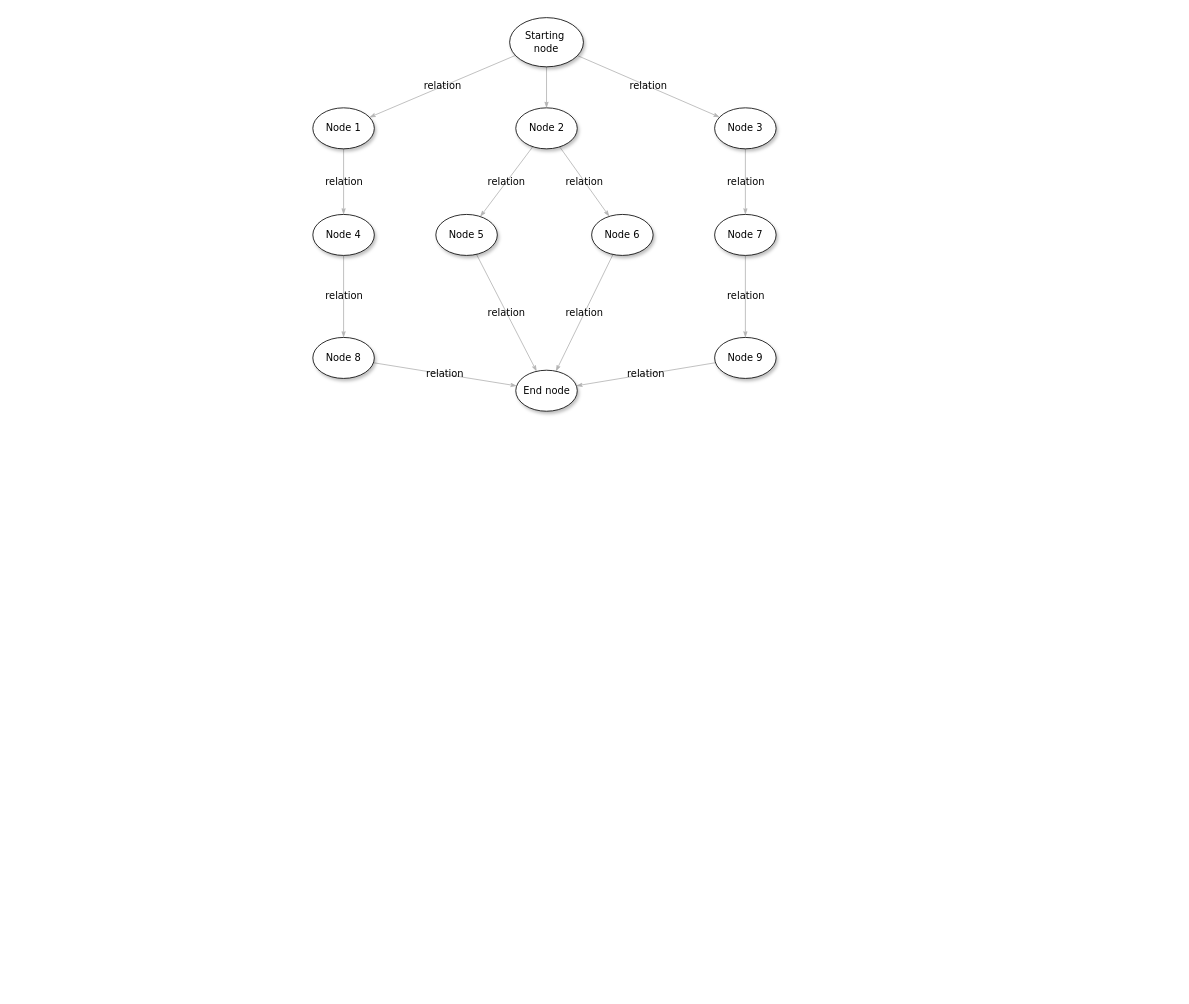
This is Untitled Diagram.drawio from shaoxp/KID, a draw.io file, before an edit. Source tidied: cells renumbered, new cells numbered last; positions are measured from the earlier drawing's top-left corner, leaving out a move shared by most shapes. Both pictures are drawn from the tidied source at 82%, with x=0, y=0 at pixel (312, 17). Pictures stored in the file or linked from it are replaced by grey dashed boxes.
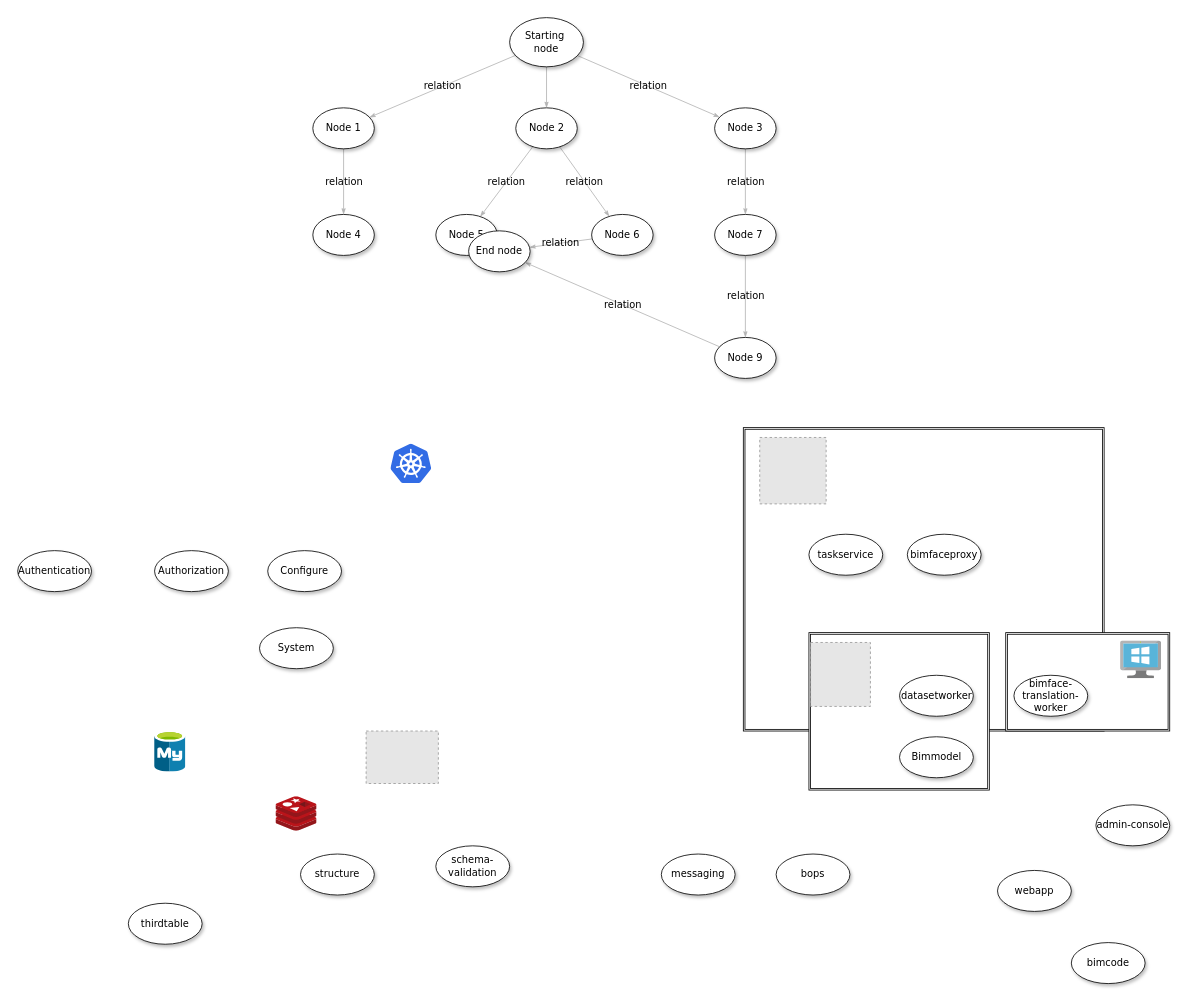
After the change.

Unchanged cells that the change refers to:
```xml
<mxCell id="23" value="&lt;span&gt;Node 4&lt;/span&gt;" style="ellipse;whiteSpace=wrap;html=1;rounded=0;shadow=1;comic=0;labelBackgroundColor=none;strokeWidth=1;fontFamily=Verdana;fontSize=12;align=center;" parent="1" vertex="1">
  <mxGeometry y="240" width="75" height="50" as="geometry" />
</mxCell>
```

Change to the diagram source:
```diff
@@
+    <mxCell id="26" style="shape=ext;double=1;rounded=0;whiteSpace=wrap;html=1;" parent="1" vertex="1">
+      <mxGeometry x="525" y="500" width="440" height="370" as="geometry" />
+    </mxCell>
+    <mxCell id="27" style="shape=ext;double=1;rounded=0;whiteSpace=wrap;html=1;" parent="1" vertex="1">
+      <mxGeometry x="845" y="750" width="200" height="120" as="geometry" />
+    </mxCell>
+    <mxCell id="28" style="shape=ext;double=1;rounded=0;whiteSpace=wrap;html=1;" parent="1" vertex="1">
+      <mxGeometry x="605" y="750" width="220" height="192" as="geometry" />
+    </mxCell>
@@
     <mxCell id="19" value="End node" style="ellipse;whiteSpace=wrap;html=1;rounded=0;shadow=1;comic=0;labelBackgroundColor=none;strokeWidth=1;fontFamily=Verdana;fontSize=12;align=center;" parent="1" vertex="1">
-      <mxGeometry x="247.5" y="430" width="75" height="50" as="geometry" />
+      <mxGeometry x="190" y="260" width="75" height="50" as="geometry" />
     </mxCell>
@@
-    <mxCell id="22" value="relation" style="edgeStyle=none;rounded=1;html=1;labelBackgroundColor=none;startArrow=none;startFill=0;startSize=5;endArrow=classicThin;endFill=1;endSize=5;jettySize=auto;strokeColor=#B3B3B3;strokeWidth=1;fontFamily=Verdana;fontSize=12;" parent="1" edge="1" source="23" target="25">
-      <mxGeometry relative="1" as="geometry" />
-    </mxCell>
@@
-    <mxCell id="24" value="relation" style="edgeStyle=none;rounded=1;html=1;labelBackgroundColor=none;startArrow=none;startFill=0;startSize=5;endArrow=classicThin;endFill=1;endSize=5;jettySize=auto;strokeColor=#B3B3B3;strokeWidth=1;fontFamily=Verdana;fontSize=12;" parent="1" edge="1" source="25" target="19">
-      <mxGeometry relative="1" as="geometry" />
-    </mxCell>
-    <mxCell id="25" value="&lt;span&gt;Node 8&lt;/span&gt;" style="ellipse;whiteSpace=wrap;html=1;rounded=0;shadow=1;comic=0;labelBackgroundColor=none;strokeWidth=1;fontFamily=Verdana;fontSize=12;align=center;" parent="1" vertex="1">
-      <mxGeometry y="390" width="75" height="50" as="geometry" />
+    <mxCell id="25" value="&lt;span&gt;Authentication&lt;/span&gt;" style="ellipse;whiteSpace=wrap;html=1;rounded=0;shadow=1;comic=0;labelBackgroundColor=none;strokeWidth=1;fontFamily=Verdana;fontSize=12;align=center;" parent="1" vertex="1">
+      <mxGeometry x="-359.9" y="650" width="90" height="50" as="geometry" />
     </mxCell>
+    <mxCell id="29" style="html=1;align=center;image;fontSize=12;image=img/lib/mscae/Cache_Redis_Product.svg;" parent="1" vertex="1">
+      <mxGeometry x="-45" y="950" width="50" height="42" as="geometry" />
+    </mxCell>
+    <mxCell id="30" style="html=1;align=center;image;fontSize=12;image=img/lib/mscae/Kubernetes.svg;" parent="1" vertex="1">
+      <mxGeometry x="95" y="520" width="50" height="48" as="geometry" />
+    </mxCell>
+    <mxCell id="31" style="html=1;align=center;image;fontSize=12;image=img/lib/mscae/VirtualMachineWindows.svg;" parent="1" vertex="1">
+      <mxGeometry x="985" y="760" width="50" height="46" as="geometry" />
+    </mxCell>
+    <mxCell id="32" style="html=1;align=center;image;fontSize=12;image=img/lib/mscae/Azure_Database_for_MySQL_servers.svg;" parent="1" vertex="1">
+      <mxGeometry x="-193" y="870" width="38" height="50" as="geometry" />
+    </mxCell>
+    <mxCell id="33" style="fillColor=#E6E6E6;strokeColor=#999999;dashed=1;verticalLabelPosition=bottom;labelBackgroundColor=#ffffff;verticalAlign=top;" parent="1" vertex="1">
+      <mxGeometry x="65" y="870" width="88.1" height="64" as="geometry" />
+    </mxCell>
+    <mxCell id="34" style="fillColor=#E6E6E6;strokeColor=#999999;dashed=1;verticalLabelPosition=bottom;labelBackgroundColor=#ffffff;verticalAlign=top;" parent="1" vertex="1">
+      <mxGeometry x="607" y="762" width="73" height="78" as="geometry" />
+    </mxCell>
+    <mxCell id="35" style="fillColor=#E6E6E6;strokeColor=#999999;dashed=1;verticalLabelPosition=bottom;labelBackgroundColor=#ffffff;verticalAlign=top;" parent="1" vertex="1">
+      <mxGeometry x="545" y="512" width="81" height="81" as="geometry" />
+    </mxCell>
+    <mxCell id="36" value="&lt;span&gt;Authorization&lt;/span&gt;" style="ellipse;whiteSpace=wrap;html=1;rounded=0;shadow=1;comic=0;labelBackgroundColor=none;strokeWidth=1;fontFamily=Verdana;fontSize=12;align=center;" parent="1" vertex="1">
+      <mxGeometry x="-193" y="650" width="90" height="50" as="geometry" />
+    </mxCell>
+    <mxCell id="37" value="Configure" style="ellipse;whiteSpace=wrap;html=1;rounded=0;shadow=1;comic=0;labelBackgroundColor=none;strokeWidth=1;fontFamily=Verdana;fontSize=12;align=center;" parent="1" vertex="1">
+      <mxGeometry x="-55" y="650" width="90" height="50" as="geometry" />
+    </mxCell>
+    <mxCell id="38" value="System" style="ellipse;whiteSpace=wrap;html=1;rounded=0;shadow=1;comic=0;labelBackgroundColor=none;strokeWidth=1;fontFamily=Verdana;fontSize=12;align=center;" parent="1" vertex="1">
+      <mxGeometry x="-65" y="744" width="90" height="50" as="geometry" />
+    </mxCell>
+    <mxCell id="39" value="Bimmodel" style="ellipse;whiteSpace=wrap;html=1;rounded=0;shadow=1;comic=0;labelBackgroundColor=none;strokeWidth=1;fontFamily=Verdana;fontSize=12;align=center;" parent="1" vertex="1">
+      <mxGeometry x="715.5" y="877" width="90" height="50" as="geometry" />
+    </mxCell>
+    <mxCell id="40" value="messaging" style="ellipse;whiteSpace=wrap;html=1;rounded=0;shadow=1;comic=0;labelBackgroundColor=none;strokeWidth=1;fontFamily=Verdana;fontSize=12;align=center;" parent="1" vertex="1">
+      <mxGeometry x="425" y="1020" width="90" height="50" as="geometry" />
+    </mxCell>
+    <mxCell id="41" value="taskservice" style="ellipse;whiteSpace=wrap;html=1;rounded=0;shadow=1;comic=0;labelBackgroundColor=none;strokeWidth=1;fontFamily=Verdana;fontSize=12;align=center;" parent="1" vertex="1">
+      <mxGeometry x="605" y="630" width="90" height="50" as="geometry" />
+    </mxCell>
+    <mxCell id="42" value="schema-validation" style="ellipse;whiteSpace=wrap;html=1;rounded=0;shadow=1;comic=0;labelBackgroundColor=none;strokeWidth=1;fontFamily=Verdana;fontSize=12;align=center;" parent="1" vertex="1">
+      <mxGeometry x="150" y="1010" width="90" height="50" as="geometry" />
+    </mxCell>
+    <mxCell id="43" value="structure" style="ellipse;whiteSpace=wrap;html=1;rounded=0;shadow=1;comic=0;labelBackgroundColor=none;strokeWidth=1;fontFamily=Verdana;fontSize=12;align=center;" parent="1" vertex="1">
+      <mxGeometry x="-15" y="1020" width="90" height="50" as="geometry" />
+    </mxCell>
+    <mxCell id="44" value="thirdtable" style="ellipse;whiteSpace=wrap;html=1;rounded=0;shadow=1;comic=0;labelBackgroundColor=none;strokeWidth=1;fontFamily=Verdana;fontSize=12;align=center;" parent="1" vertex="1">
+      <mxGeometry x="-225" y="1080" width="90" height="50" as="geometry" />
+    </mxCell>
+    <mxCell id="45" value="bimfaceproxy" style="ellipse;whiteSpace=wrap;html=1;rounded=0;shadow=1;comic=0;labelBackgroundColor=none;strokeWidth=1;fontFamily=Verdana;fontSize=12;align=center;" parent="1" vertex="1">
+      <mxGeometry x="725" y="630" width="90" height="50" as="geometry" />
+    </mxCell>
+    <mxCell id="46" value="bimcode" style="ellipse;whiteSpace=wrap;html=1;rounded=0;shadow=1;comic=0;labelBackgroundColor=none;strokeWidth=1;fontFamily=Verdana;fontSize=12;align=center;" parent="1" vertex="1">
+      <mxGeometry x="925" y="1128" width="90" height="50" as="geometry" />
+    </mxCell>
+    <mxCell id="47" value="webapp" style="ellipse;whiteSpace=wrap;html=1;rounded=0;shadow=1;comic=0;labelBackgroundColor=none;strokeWidth=1;fontFamily=Verdana;fontSize=12;align=center;" parent="1" vertex="1">
+      <mxGeometry x="835" y="1040" width="90" height="50" as="geometry" />
+    </mxCell>
+    <mxCell id="48" value="admin-console" style="ellipse;whiteSpace=wrap;html=1;rounded=0;shadow=1;comic=0;labelBackgroundColor=none;strokeWidth=1;fontFamily=Verdana;fontSize=12;align=center;" parent="1" vertex="1">
+      <mxGeometry x="955" y="960" width="90" height="50" as="geometry" />
+    </mxCell>
+    <mxCell id="49" value="bops" style="ellipse;whiteSpace=wrap;html=1;rounded=0;shadow=1;comic=0;labelBackgroundColor=none;strokeWidth=1;fontFamily=Verdana;fontSize=12;align=center;" parent="1" vertex="1">
+      <mxGeometry x="565" y="1020" width="90" height="50" as="geometry" />
+    </mxCell>
+    <mxCell id="50" value="datasetworker" style="ellipse;whiteSpace=wrap;html=1;rounded=0;shadow=1;comic=0;labelBackgroundColor=none;strokeWidth=1;fontFamily=Verdana;fontSize=12;align=center;" parent="1" vertex="1">
+      <mxGeometry x="715.5" y="802" width="90" height="50" as="geometry" />
+    </mxCell>
+    <mxCell id="51" value="bimface-translation-worker" style="ellipse;whiteSpace=wrap;html=1;rounded=0;shadow=1;comic=0;labelBackgroundColor=none;strokeWidth=1;fontFamily=Verdana;fontSize=12;align=center;" parent="1" vertex="1">
+      <mxGeometry x="855" y="802" width="90" height="50" as="geometry" />
+    </mxCell>
```
